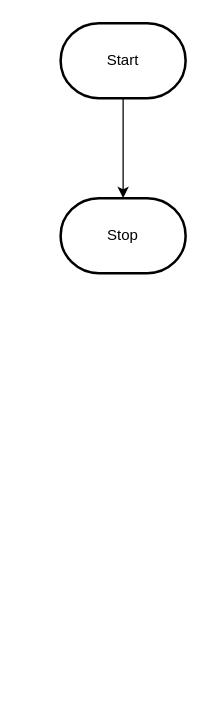
Before: design/flowchart.drawio in MTHS-ICS2O-2-2022/ICS2O-Assignment-04-jakub-malhotra, a draw.io diagram. Source tidied: cells renumbered, new cells numbered last; positions are measured from the earlier drawing's top-left corner, leaving out a move shared by most shapes. Both pictures are drawn from the tidied source at 125%, with x=0, y=0 at pixel (60, 22).
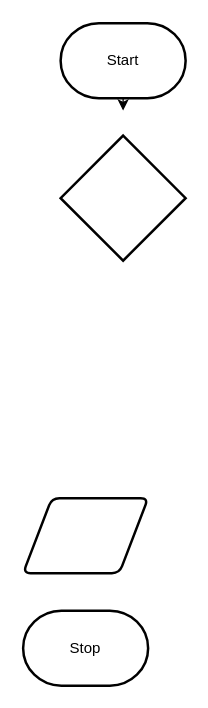
After the change.

What changed in the source:
```diff
@@
 <mxGraphModel>
   <root>
     <mxCell id="0" />
     <mxCell id="1" parent="0" />
-    <mxCell id="2" style="edgeStyle=orthogonalEdgeStyle;html=1;rounded=0;" parent="1" edge="1" source="3" target="4">
-      <mxGeometry relative="1" as="geometry" />
-    </mxCell>
+    <mxCell id="5" style="edgeStyle=none;html=1;exitX=0.5;exitY=1;exitDx=0;exitDy=0;exitPerimeter=0;entryX=0.5;entryY=0;entryDx=0;entryDy=0;" parent="1" edge="1" source="3">
+      <mxGeometry relative="1" as="geometry">
+        <mxPoint x="50" y="70" as="targetPoint" />
+      </mxGeometry>
+    </mxCell>
     <mxCell id="3" value="Start" style="strokeWidth=2;html=1;shape=mxgraph.flowchart.terminator;whiteSpace=wrap;" parent="1" vertex="1">
       <mxGeometry width="100" height="60" as="geometry" />
     </mxCell>
     <mxCell id="4" value="Stop" style="strokeWidth=2;html=1;shape=mxgraph.flowchart.terminator;whiteSpace=wrap;" parent="1" vertex="1">
-      <mxGeometry y="140" width="100" height="60" as="geometry" />
+      <mxGeometry x="-30" y="470" width="100" height="60" as="geometry" />
     </mxCell>
+    <mxCell id="6" style="shape=parallelogram;html=1;strokeWidth=2;perimeter=parallelogramPerimeter;whiteSpace=wrap;rounded=1;arcSize=12;size=0.23;" parent="1" vertex="1">
+      <mxGeometry x="-30" y="380" width="100" height="60" as="geometry" />
+    </mxCell>
+    <mxCell id="7" style="strokeWidth=2;html=1;shape=mxgraph.flowchart.decision;whiteSpace=wrap;" parent="1" vertex="1">
+      <mxGeometry y="90" width="100" height="100" as="geometry" />
+    </mxCell>
   </root>
 </mxGraphModel>
```
